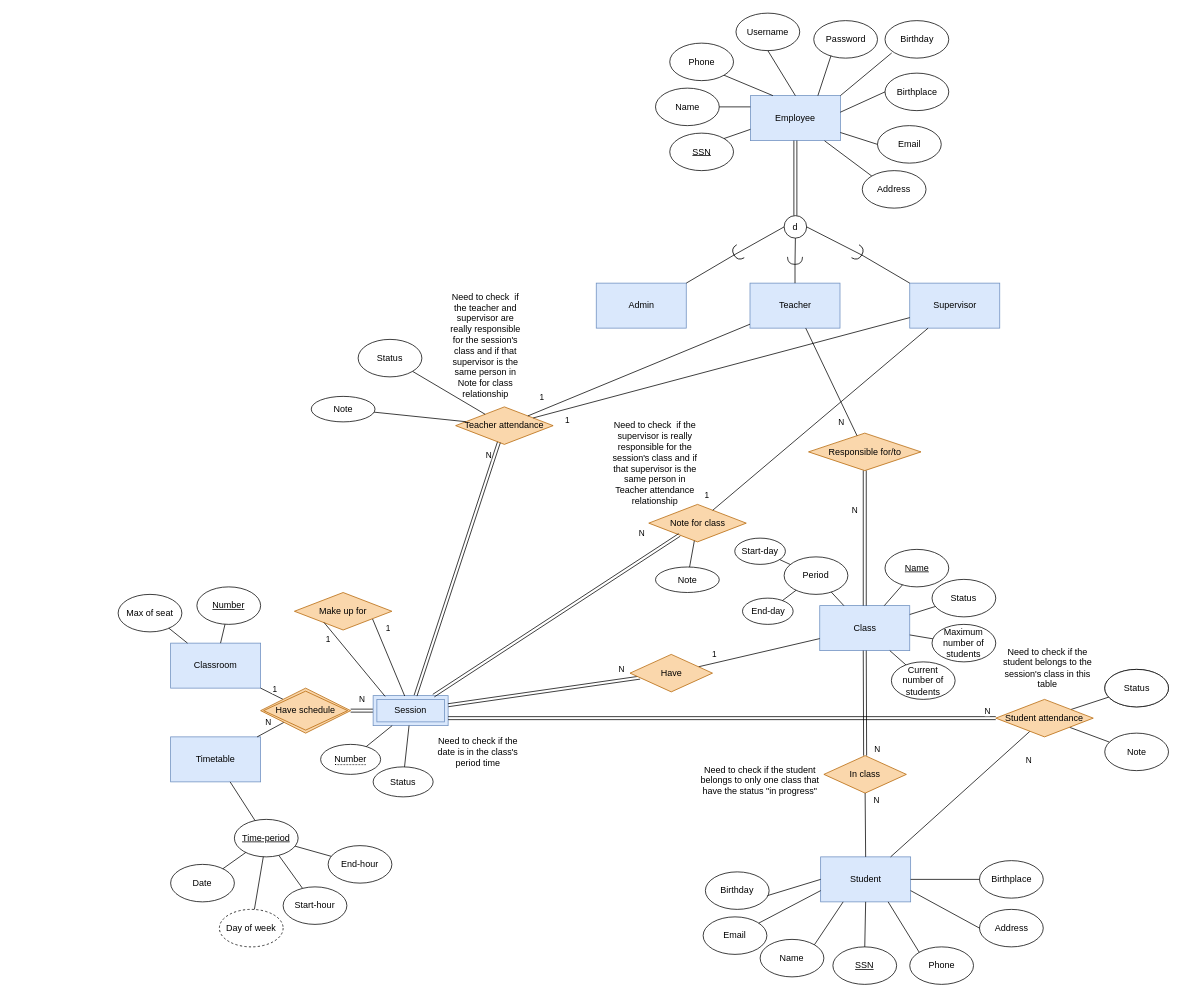
Above: page "Main" (1 of 2) of Week 3/ERD.drawio in astr0tas/English-Center-Attendance-Check (draw.io), before the change. Source tidied: cells renumbered, new cells numbered last; positions are measured from the earlier drawing's top-left corner, leaving out a move shared by most shapes. Both pictures are drawn from the tidied source at 75%, with x=0, y=0 at pixel (118, 13).
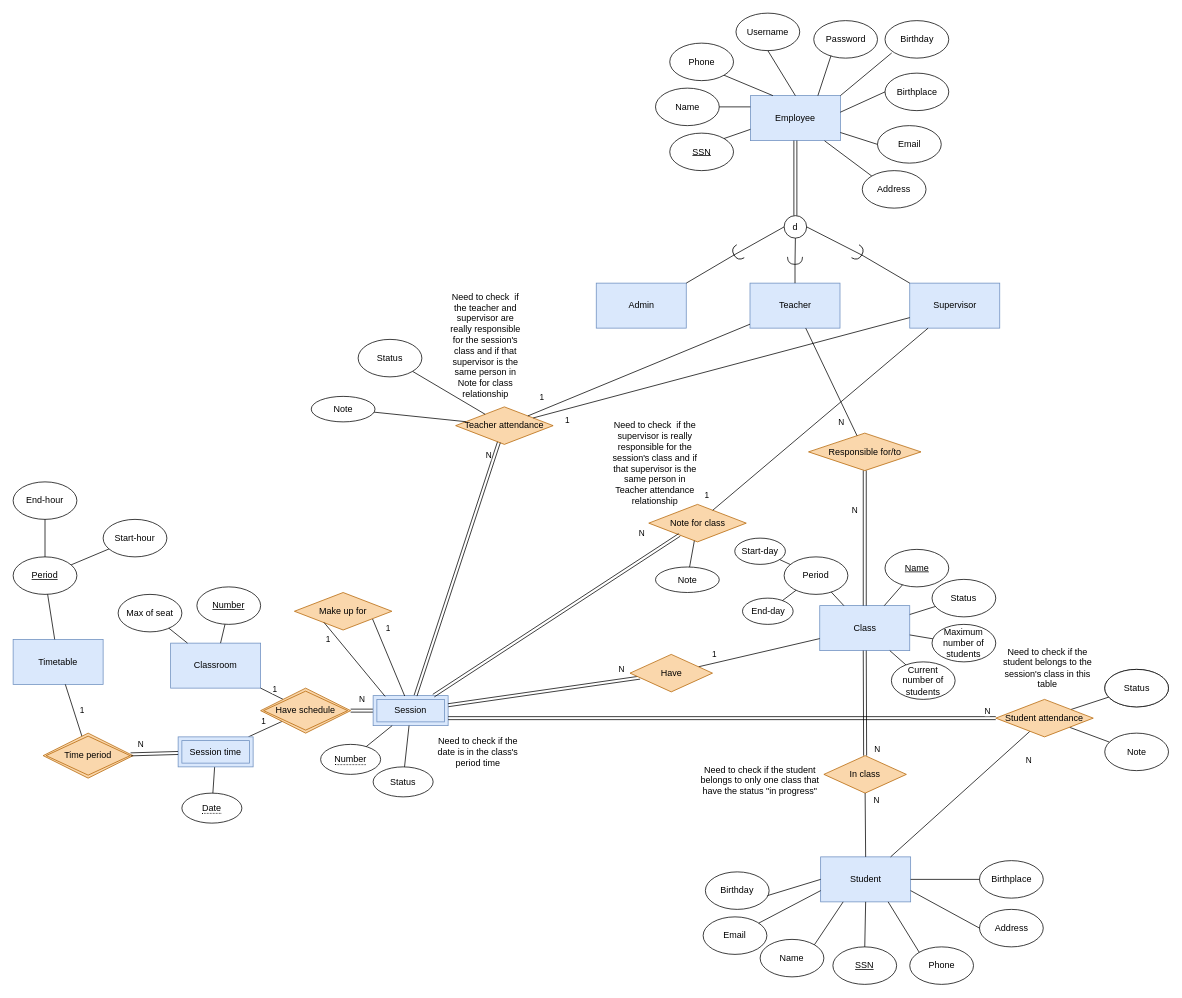
Above is the later version.

Unchanged cells that the change refers to:
```xml
<mxCell id="84" value="Session" style="shape=ext;margin=3;double=1;whiteSpace=wrap;html=1;align=center;fillColor=#DAE8FC;strokeColor=#6C8EBF;" parent="1" vertex="1">
  <mxGeometry x="340" y="910" width="100" height="40" as="geometry" />
</mxCell>
<mxCell id="97" value="Have schedule" style="shape=rhombus;double=1;perimeter=rhombusPerimeter;whiteSpace=wrap;html=1;align=center;fillColor=#FAD7AC;strokeColor=#B46504;" parent="1" vertex="1">
  <mxGeometry x="190" y="900" width="120" height="60" as="geometry" />
</mxCell>
```

Diff of the diagram source:
```diff
@@
-    <mxCell id="55" value="&lt;u&gt;Time-period&lt;/u&gt;" style="ellipse;whiteSpace=wrap;html=1;" parent="1" vertex="1">
-      <mxGeometry x="155" y="1075" width="85" height="50" as="geometry" />
-    </mxCell>
-    <mxCell id="56" value="Timetable" style="rounded=0;whiteSpace=wrap;html=1;fillColor=#dae8fc;strokeColor=#6c8ebf;" parent="1" vertex="1">
-      <mxGeometry x="70" y="965" width="120" height="60" as="geometry" />
-    </mxCell>
@@
-    <mxCell id="60" style="endArrow=none;html=1;rounded=0;" parent="1" edge="1" source="56" target="55">
+    <mxCell id="60" style="endArrow=none;html=1;rounded=0;" parent="1" edge="1" source="146" target="99">
       <mxGeometry relative="1" as="geometry" />
     </mxCell>
@@
-    <mxCell id="72" value="Day of week" style="ellipse;whiteSpace=wrap;html=1;dashed=1;" parent="1" vertex="1">
-      <mxGeometry x="135" y="1195" width="85" height="50" as="geometry" />
-    </mxCell>
-    <mxCell id="73" value="Start-hour" style="ellipse;whiteSpace=wrap;html=1;" parent="1" vertex="1">
-      <mxGeometry x="220" y="1165" width="85" height="50" as="geometry" />
-    </mxCell>
-    <mxCell id="74" style="endArrow=none;html=1;rounded=0;" parent="1" edge="1" source="55" target="72">
-      <mxGeometry relative="1" as="geometry" />
-    </mxCell>
-    <mxCell id="75" style="endArrow=none;html=1;rounded=0;" parent="1" edge="1" source="55" target="73">
-      <mxGeometry relative="1" as="geometry" />
-    </mxCell>
-    <mxCell id="76" value="End-hour" style="ellipse;whiteSpace=wrap;html=1;" parent="1" vertex="1">
-      <mxGeometry x="280" y="1110" width="85" height="50" as="geometry" />
-    </mxCell>
-    <mxCell id="77" style="endArrow=none;html=1;rounded=0;" parent="1" edge="1" source="55" target="76">
-      <mxGeometry relative="1" as="geometry" />
-    </mxCell>
@@
-    <mxCell id="79" value="N" style="endArrow=none;html=1;rounded=0;" parent="1" edge="1" source="97" target="56">
+    <mxCell id="79" value="1" style="endArrow=none;html=1;rounded=0;" parent="1" edge="1" source="97" target="146">
       <mxGeometry x="-0.1" y="-11" relative="1" as="geometry" />
     </mxCell>
@@
-    <mxCell id="83" value="N" style="endArrow=none;html=1;rounded=0;entryX=0;entryY=0.5;entryDx=0;entryDy=0;shape=link;" parent="1" edge="1" source="97" target="84">
+    <mxCell id="83" value="N" style="endArrow=none;html=1;rounded=0;shape=link;" parent="1" edge="1" source="97" target="84">
       <mxGeometry x="-0.01" y="15" relative="1" as="geometry" />
     </mxCell>
@@
-    <mxCell id="99" value="Date" style="ellipse;whiteSpace=wrap;html=1;" parent="1" vertex="1">
-      <mxGeometry x="70" y="1135" width="85" height="50" as="geometry" />
-    </mxCell>
-    <mxCell id="100" style="endArrow=none;html=1;rounded=0;" parent="1" edge="1" source="55" target="99">
-      <mxGeometry relative="1" as="geometry" />
-    </mxCell>
@@
+    <mxCell id="56" value="Timetable" style="rounded=0;whiteSpace=wrap;html=1;fillColor=#dae8fc;strokeColor=#6c8ebf;" parent="1" vertex="1">
+      <mxGeometry x="-140" y="835" width="120" height="60" as="geometry" />
+    </mxCell>
+    <mxCell id="73" value="Start-hour" style="ellipse;whiteSpace=wrap;html=1;" parent="1" vertex="1">
+      <mxGeometry x="-20" y="675" width="85" height="50" as="geometry" />
+    </mxCell>
+    <mxCell id="141" style="endArrow=none;html=1;rounded=0;" parent="1" edge="1" source="144" target="73">
+      <mxGeometry relative="1" as="geometry" />
+    </mxCell>
+    <mxCell id="76" value="End-hour" style="ellipse;whiteSpace=wrap;html=1;" parent="1" vertex="1">
+      <mxGeometry x="-140" y="625" width="85" height="50" as="geometry" />
+    </mxCell>
+    <mxCell id="142" style="endArrow=none;html=1;rounded=0;" parent="1" edge="1" source="144" target="76">
+      <mxGeometry relative="1" as="geometry" />
+    </mxCell>
+    <mxCell id="143" value="1" style="endArrow=none;html=1;rounded=0;" parent="1" edge="1" source="147" target="56">
+      <mxGeometry x="-0.1" y="-11" relative="1" as="geometry" />
+    </mxCell>
+    <mxCell id="144" value="&lt;u&gt;Period&lt;/u&gt;" style="ellipse;whiteSpace=wrap;html=1;" parent="1" vertex="1">
+      <mxGeometry x="-140" y="725" width="85" height="50" as="geometry" />
+    </mxCell>
+    <mxCell id="145" style="endArrow=none;html=1;rounded=0;" parent="1" edge="1" source="144" target="56">
+      <mxGeometry relative="1" as="geometry" />
+    </mxCell>
+    <mxCell id="146" value="Session time" style="shape=ext;margin=3;double=1;whiteSpace=wrap;html=1;align=center;fillColor=#DAE8FC;strokeColor=#6C8EBF;" parent="1" vertex="1">
+      <mxGeometry x="80" y="965" width="100" height="40" as="geometry" />
+    </mxCell>
+    <mxCell id="99" value="&lt;span style=&quot;border-bottom: 1px dotted&quot;&gt;Date&lt;/span&gt;" style="ellipse;whiteSpace=wrap;html=1;align=center;" parent="1" vertex="1">
+      <mxGeometry x="85" y="1040" width="80" height="40" as="geometry" />
+    </mxCell>
+    <mxCell id="147" value="Time period" style="shape=rhombus;double=1;perimeter=rhombusPerimeter;whiteSpace=wrap;html=1;align=center;fillColor=#FAD7AC;strokeColor=#B46504;" parent="1" vertex="1">
+      <mxGeometry x="-100" y="960" width="120" height="60" as="geometry" />
+    </mxCell>
+    <mxCell id="148" value="N" style="endArrow=none;html=1;rounded=0;shape=link;" parent="1" edge="1" source="147" target="146">
+      <mxGeometry x="-0.57" y="13" relative="1" as="geometry" />
+    </mxCell>
```
